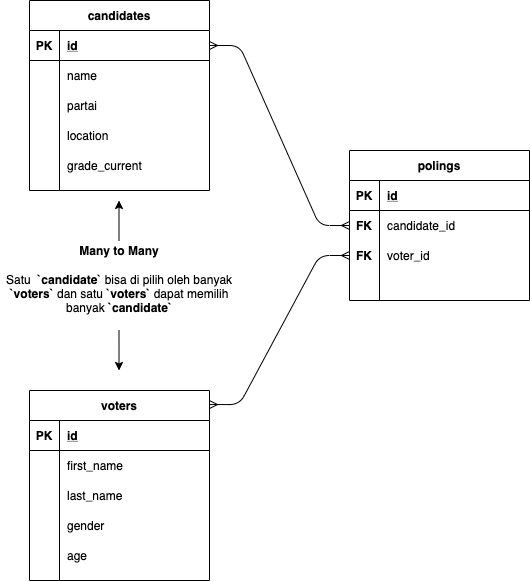
Earlier version of the draw.io export Schema - Poll DB.png (akbarhabiby/draw.io). Source tidied: cells renumbered, new cells last; positions are measured from the earlier drawing's top-left corner, leaving out a move shared by most shapes.
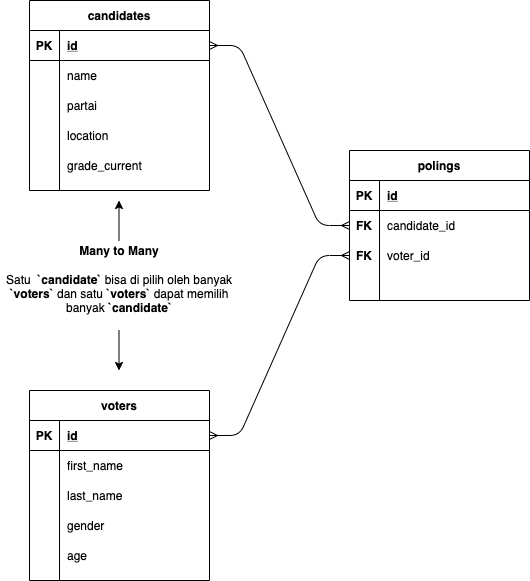
Above is the later version.

Change to the diagram source:
```diff
@@ -50,7 +50,7 @@
     <mxCell id="17" value="grade_current" style="shape=partialRectangle;fillColor=none;top=0;left=0;bottom=0;right=0;align=left;spacingLeft=6;overflow=hidden;" parent="15" vertex="1">
       <mxGeometry x="30" width="150" height="30" as="geometry" />
     </mxCell>
-    <mxCell id="18" style="edgeStyle=entityRelationEdgeStyle;fontSize=12;html=1;endArrow=ERmany;startArrow=ERmany;exitX=1;exitY=0.074;exitDx=0;exitDy=0;exitPerimeter=0;entryX=0;entryY=0.5;entryDx=0;entryDy=0;" parent="1" edge="1" source="20" target="43">
+    <mxCell id="18" style="edgeStyle=entityRelationEdgeStyle;fontSize=12;html=1;endArrow=ERmany;startArrow=ERmany;exitX=1;exitY=0.5;exitDx=0;exitDy=0;entryX=0;entryY=0.5;entryDx=0;entryDy=0;" parent="1" edge="1" source="21" target="43">
       <mxGeometry relative="1" as="geometry" />
     </mxCell>
     <mxCell id="19" style="edgeStyle=entityRelationEdgeStyle;fontSize=12;html=1;endArrow=ERmany;startArrow=ERmany;exitX=1;exitY=0.5;exitDx=0;exitDy=0;entryX=0;entryY=0.5;entryDx=0;entryDy=0;" parent="1" edge="1" source="3" target="40">
```
